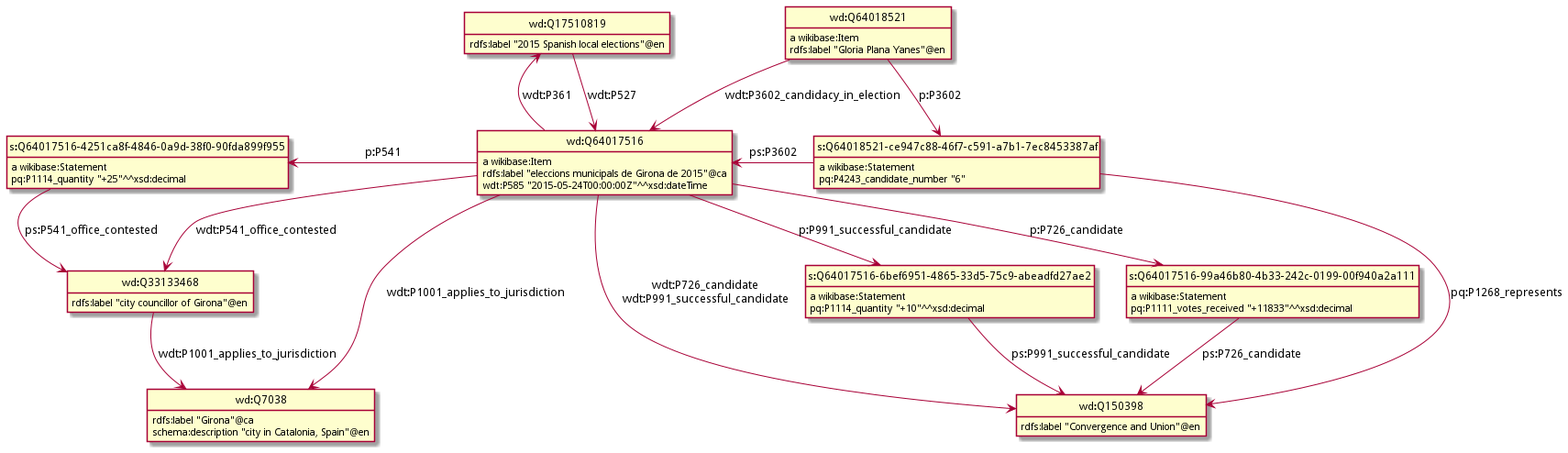
Earlier version of the PlantUML export model/wikidata-election.png (nikolatulechki/semanticElections).
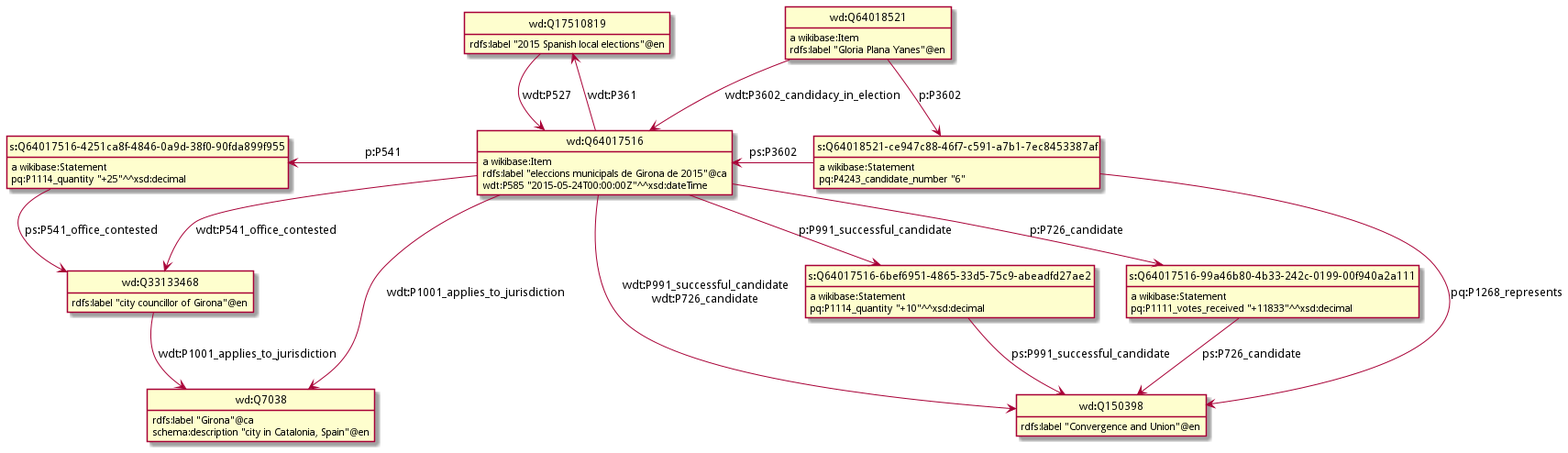
Above is the later version.

What changed in the source:
```diff
@@ -3,48 +3,48 @@
 hide empty attributes
 hide circle
 skinparam classAttributeIconSize 0
+class s_Q64018521_ce947c88_46f7_c591_a7b1_7ec8453387af as "s:Q64018521-ce947c88-46f7-c591-a7b1-7ec8453387af"
+s_Q64018521_ce947c88_46f7_c591_a7b1_7ec8453387af : a wikibase:Statement
+class wd_Q64017516 as "wd:Q64017516"
+s_Q64018521_ce947c88_46f7_c591_a7b1_7ec8453387af -left-> wd_Q64017516 : ps:P3602
+class wd_Q150398 as "wd:Q150398"
+s_Q64018521_ce947c88_46f7_c591_a7b1_7ec8453387af -down-> wd_Q150398 : pq:P1268_represents
+s_Q64018521_ce947c88_46f7_c591_a7b1_7ec8453387af : pq:P4243_candidate_number "6"
+class wd_Q17510819 as "wd:Q17510819"
+wd_Q17510819 -down-> wd_Q64017516 : wdt:P527
+wd_Q17510819 : rdfs:label "2015 Spanish local elections"@en
+wd_Q64017516 : a wikibase:Item
+wd_Q64017516 -up-> wd_Q17510819 : wdt:P361
+class s_Q64017516_6bef6951_4865_33d5_75c9_abeadfd27ae2 as "s:Q64017516-6bef6951-4865-33d5-75c9-abeadfd27ae2"
+wd_Q64017516 -down-> s_Q64017516_6bef6951_4865_33d5_75c9_abeadfd27ae2 : p:P991_successful_candidate
+class wd_Q33133468 as "wd:Q33133468"
+wd_Q64017516 -down-> wd_Q33133468 : wdt:P541_office_contested
 class s_Q64017516_4251ca8f_4846_0a9d_38f0_90fda899f955 as "s:Q64017516-4251ca8f-4846-0a9d-38f0-90fda899f955"
+wd_Q64017516 -left-> s_Q64017516_4251ca8f_4846_0a9d_38f0_90fda899f955 : p:P541
+class s_Q64017516_99a46b80_4b33_242c_0199_00f940a2a111 as "s:Q64017516-99a46b80-4b33-242c-0199-00f940a2a111"
+wd_Q64017516 -down-> s_Q64017516_99a46b80_4b33_242c_0199_00f940a2a111 : p:P726_candidate
+class wd_Q7038 as "wd:Q7038"
+wd_Q64017516 -down-> wd_Q7038 : wdt:P1001_applies_to_jurisdiction
+wd_Q64017516 -down-> wd_Q150398 : wdt:P991_successful_candidate\nwdt:P726_candidate
+wd_Q64017516 : rdfs:label "eleccions municipals de Girona de 2015"@ca
+wd_Q64017516 : wdt:P585 "2015-05-24T00:00:00Z"^^xsd:dateTime
+wd_Q33133468 -down-> wd_Q7038 : wdt:P1001_applies_to_jurisdiction
+wd_Q33133468 : rdfs:label "city councillor of Girona"@en
 s_Q64017516_4251ca8f_4846_0a9d_38f0_90fda899f955 : a wikibase:Statement
-class wd_Q33133468 as "wd:Q33133468"
 s_Q64017516_4251ca8f_4846_0a9d_38f0_90fda899f955 -down-> wd_Q33133468 : ps:P541_office_contested
 s_Q64017516_4251ca8f_4846_0a9d_38f0_90fda899f955 : pq:P1114_quantity "+25"^^xsd:decimal
-class wd_Q150398 as "wd:Q150398"
-wd_Q150398 : rdfs:label "Convergence and Union"@en
-class wd_Q64017516 as "wd:Q64017516"
-wd_Q64017516 : a wikibase:Item
-wd_Q64017516 -left-> s_Q64017516_4251ca8f_4846_0a9d_38f0_90fda899f955 : p:P541
-wd_Q64017516 -down-> wd_Q150398 : wdt:P726_candidate\nwdt:P991_successful_candidate
-class s_Q64017516_6bef6951_4865_33d5_75c9_abeadfd27ae2 as "s:Q64017516-6bef6951-4865-33d5-75c9-abeadfd27ae2"
-wd_Q64017516 -down-> s_Q64017516_6bef6951_4865_33d5_75c9_abeadfd27ae2 : p:P991_successful_candidate
-class wd_Q7038 as "wd:Q7038"
-wd_Q64017516 -down-> wd_Q7038 : wdt:P1001_applies_to_jurisdiction
-wd_Q64017516 -down-> wd_Q33133468 : wdt:P541_office_contested
-class s_Q64017516_99a46b80_4b33_242c_0199_00f940a2a111 as "s:Q64017516-99a46b80-4b33-242c-0199-00f940a2a111"
-wd_Q64017516 -down-> s_Q64017516_99a46b80_4b33_242c_0199_00f940a2a111 : p:P726_candidate
-class wd_Q17510819 as "wd:Q17510819"
-wd_Q64017516 -up-> wd_Q17510819 : wdt:P361
-wd_Q64017516 : rdfs:label "eleccions municipals de Girona de 2015"@ca
-wd_Q64017516 : wdt:P585 "2015-05-24T00:00:00Z"^^xsd:dateTime
 s_Q64017516_6bef6951_4865_33d5_75c9_abeadfd27ae2 : a wikibase:Statement
 s_Q64017516_6bef6951_4865_33d5_75c9_abeadfd27ae2 -down-> wd_Q150398 : ps:P991_successful_candidate
 s_Q64017516_6bef6951_4865_33d5_75c9_abeadfd27ae2 : pq:P1114_quantity "+10"^^xsd:decimal
-wd_Q33133468 -down-> wd_Q7038 : wdt:P1001_applies_to_jurisdiction
-wd_Q33133468 : rdfs:label "city councillor of Girona"@en
-class s_Q64018521_ce947c88_46f7_c591_a7b1_7ec8453387af as "s:Q64018521-ce947c88-46f7-c591-a7b1-7ec8453387af"
-s_Q64018521_ce947c88_46f7_c591_a7b1_7ec8453387af : a wikibase:Statement
-s_Q64018521_ce947c88_46f7_c591_a7b1_7ec8453387af -left-> wd_Q64017516 : ps:P3602
-s_Q64018521_ce947c88_46f7_c591_a7b1_7ec8453387af -down-> wd_Q150398 : pq:P1268_represents
-s_Q64018521_ce947c88_46f7_c591_a7b1_7ec8453387af : pq:P4243_candidate_number "6"
-wd_Q7038 : rdfs:label "Girona"@ca
-wd_Q7038 : schema:description "city in Catalonia, Spain"@en
 class wd_Q64018521 as "wd:Q64018521"
 wd_Q64018521 : a wikibase:Item
 wd_Q64018521 -down-> wd_Q64017516 : wdt:P3602_candidacy_in_election
 wd_Q64018521 -down-> s_Q64018521_ce947c88_46f7_c591_a7b1_7ec8453387af : p:P3602
 wd_Q64018521 : rdfs:label "Gloria Plana Yanes"@en
+wd_Q150398 : rdfs:label "Convergence and Union"@en
 s_Q64017516_99a46b80_4b33_242c_0199_00f940a2a111 : a wikibase:Statement
 s_Q64017516_99a46b80_4b33_242c_0199_00f940a2a111 -down-> wd_Q150398 : ps:P726_candidate
 s_Q64017516_99a46b80_4b33_242c_0199_00f940a2a111 : pq:P1111_votes_received "+11833"^^xsd:decimal
-wd_Q17510819 -down-> wd_Q64017516 : wdt:P527
-wd_Q17510819 : rdfs:label "2015 Spanish local elections"@en
+wd_Q7038 : rdfs:label "Girona"@ca
+wd_Q7038 : schema:description "city in Catalonia, Spain"@en
 @enduml
```
